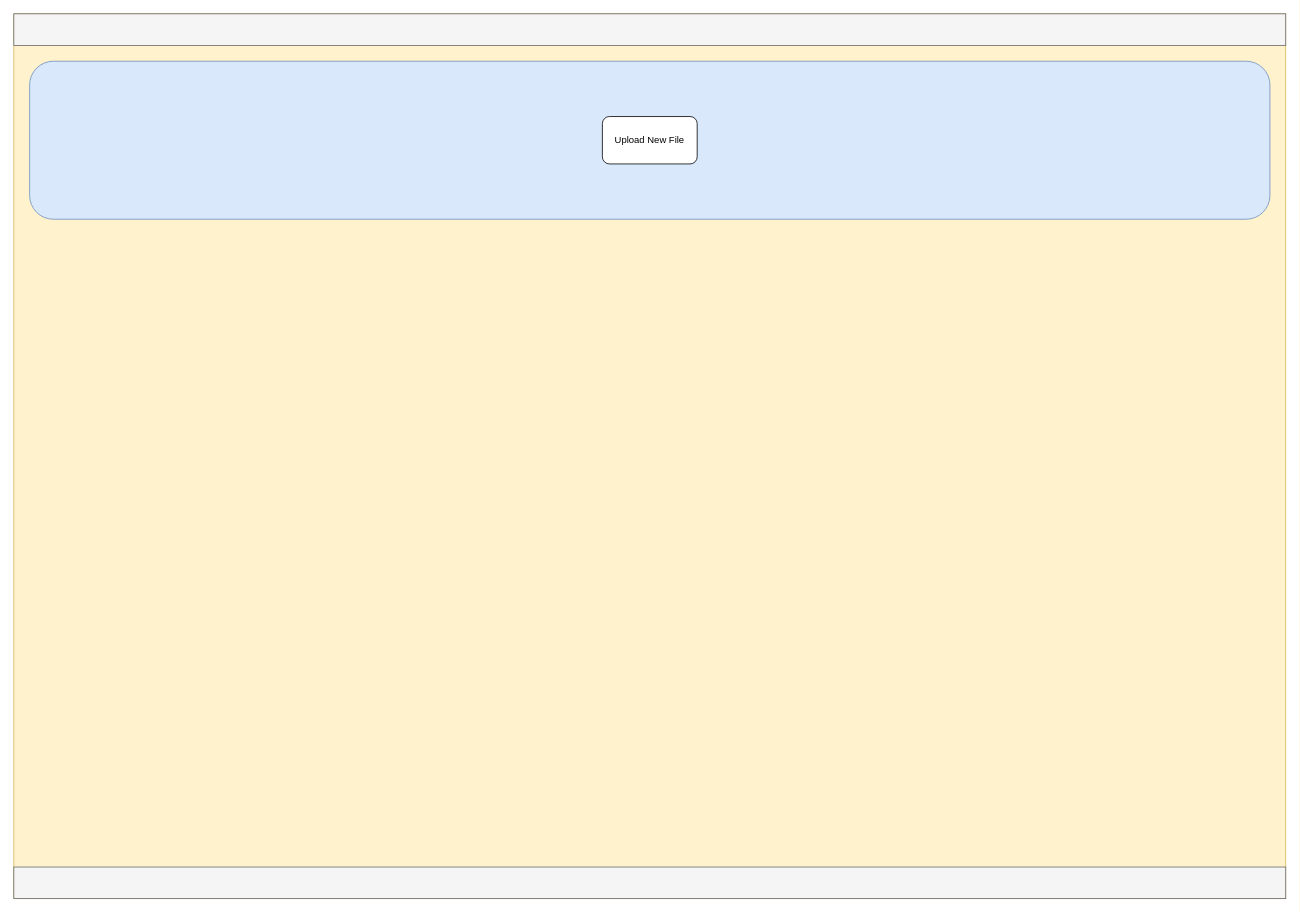
The draw.io diagram page "Index Page" (2 of 3) of CustomerReminderDiagram.drawio in ahmadtechnik/CustomerReminder, before the edit. Source tidied: cells renumbered, new cells numbered last; positions are measured from the earlier drawing's top-left corner, leaving out a move shared by most shapes. Both pictures are drawn from the tidied source at 79%, with x=0, y=0 at pixel (13, 13).
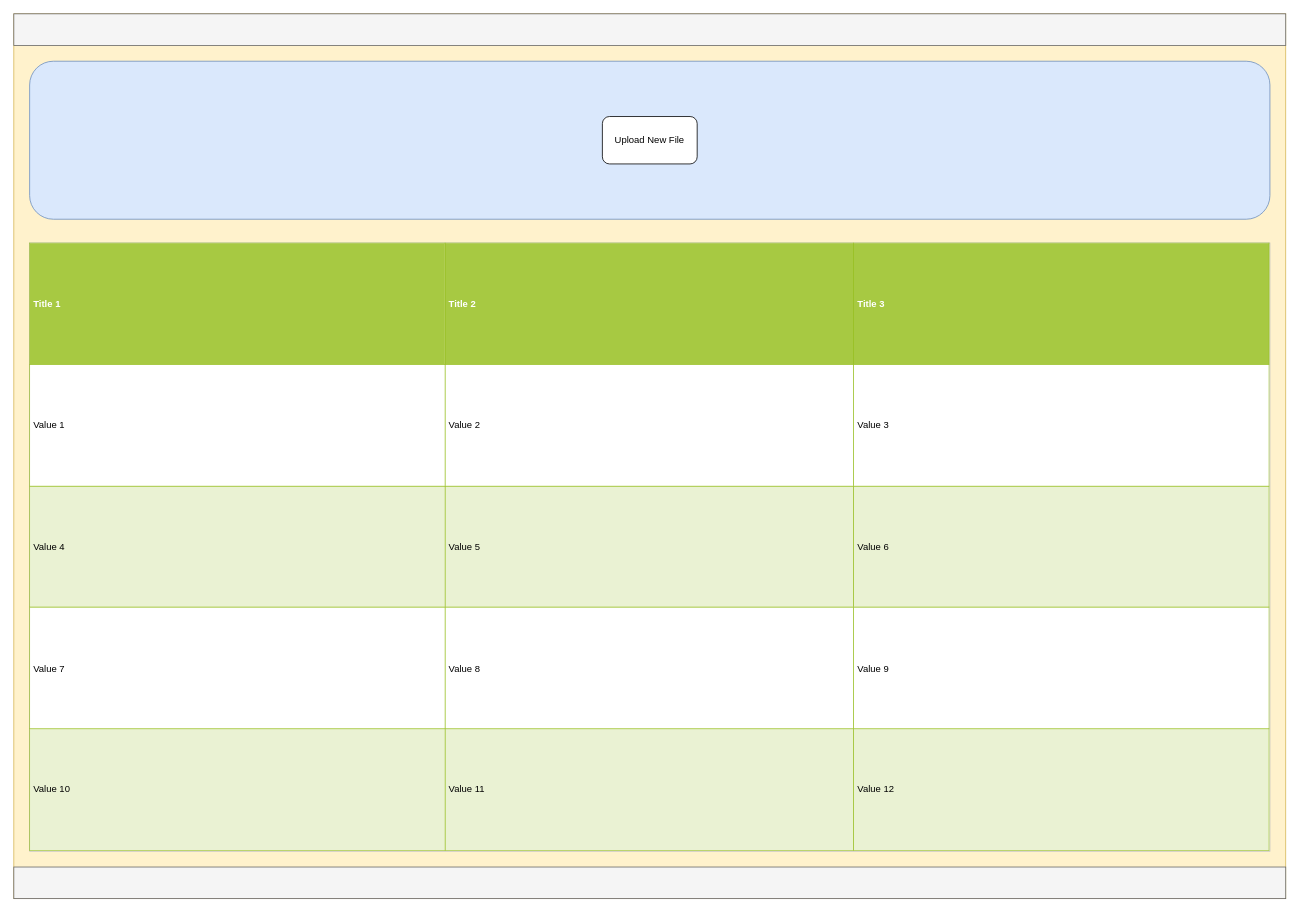
After the change.

Diff of the diagram source:
```diff
@@
 <mxGraphModel>
   <root>
     <mxCell id="0" />
     <mxCell id="1" parent="0" />
     <mxCell id="2" style="rounded=0;whiteSpace=wrap;html=1;fillColor=#fff2cc;strokeColor=#d6b656;" parent="1" vertex="1">
       <mxGeometry width="1610" height="1120" as="geometry" />
     </mxCell>
     <mxCell id="3" style="rounded=0;whiteSpace=wrap;html=1;fillColor=#f5f5f5;strokeColor=#666666;fontColor=#333333;" parent="1" vertex="1">
       <mxGeometry width="1610" height="40" as="geometry" />
     </mxCell>
     <mxCell id="4" style="rounded=0;whiteSpace=wrap;html=1;fillColor=#f5f5f5;strokeColor=#666666;fontColor=#333333;" parent="1" vertex="1">
       <mxGeometry y="1080" width="1610" height="40" as="geometry" />
     </mxCell>
     <mxCell id="5" style="rounded=1;whiteSpace=wrap;html=1;fillColor=#dae8fc;strokeColor=#6c8ebf;" parent="1" vertex="1">
       <mxGeometry x="20" y="60" width="1570" height="200" as="geometry" />
     </mxCell>
     <mxCell id="6" value="Upload New File" style="rounded=1;whiteSpace=wrap;html=1;" parent="1" vertex="1">
       <mxGeometry x="745" y="130" width="120" height="60" as="geometry" />
     </mxCell>
+    <mxCell id="7" value="&lt;table border=&quot;1&quot; width=&quot;100%&quot; height=&quot;100%&quot; cellpadding=&quot;4&quot; style=&quot;width:100%;height:100%;border-collapse:collapse;&quot;&gt;&lt;tr style=&quot;background-color:#A7C942;color:#ffffff;border:1px solid #98bf21;&quot;&gt;&lt;th align=&quot;left&quot;&gt;Title 1&lt;/th&gt;&lt;th align=&quot;left&quot;&gt;Title 2&lt;/th&gt;&lt;th align=&quot;left&quot;&gt;Title 3&lt;/th&gt;&lt;/tr&gt;&lt;tr style=&quot;border:1px solid #98bf21;&quot;&gt;&lt;td&gt;Value 1&lt;/td&gt;&lt;td&gt;Value 2&lt;/td&gt;&lt;td&gt;Value 3&lt;/td&gt;&lt;/tr&gt;&lt;tr style=&quot;background-color:#EAF2D3;border:1px solid #98bf21;&quot;&gt;&lt;td&gt;Value 4&lt;/td&gt;&lt;td&gt;Value 5&lt;/td&gt;&lt;td&gt;Value 6&lt;/td&gt;&lt;/tr&gt;&lt;tr style=&quot;border:1px solid #98bf21;&quot;&gt;&lt;td&gt;Value 7&lt;/td&gt;&lt;td&gt;Value 8&lt;/td&gt;&lt;td&gt;Value 9&lt;/td&gt;&lt;/tr&gt;&lt;tr style=&quot;background-color:#EAF2D3;border:1px solid #98bf21;&quot;&gt;&lt;td&gt;Value 10&lt;/td&gt;&lt;td&gt;Value 11&lt;/td&gt;&lt;td&gt;Value 12&lt;/td&gt;&lt;/tr&gt;&lt;/table&gt;" style="text;html=1;strokeColor=#c0c0c0;fillColor=#ffffff;overflow=fill;rounded=0;" parent="1" vertex="1">
+      <mxGeometry x="20" y="290" width="1570" height="770" as="geometry" />
+    </mxCell>
   </root>
 </mxGraphModel>
```
